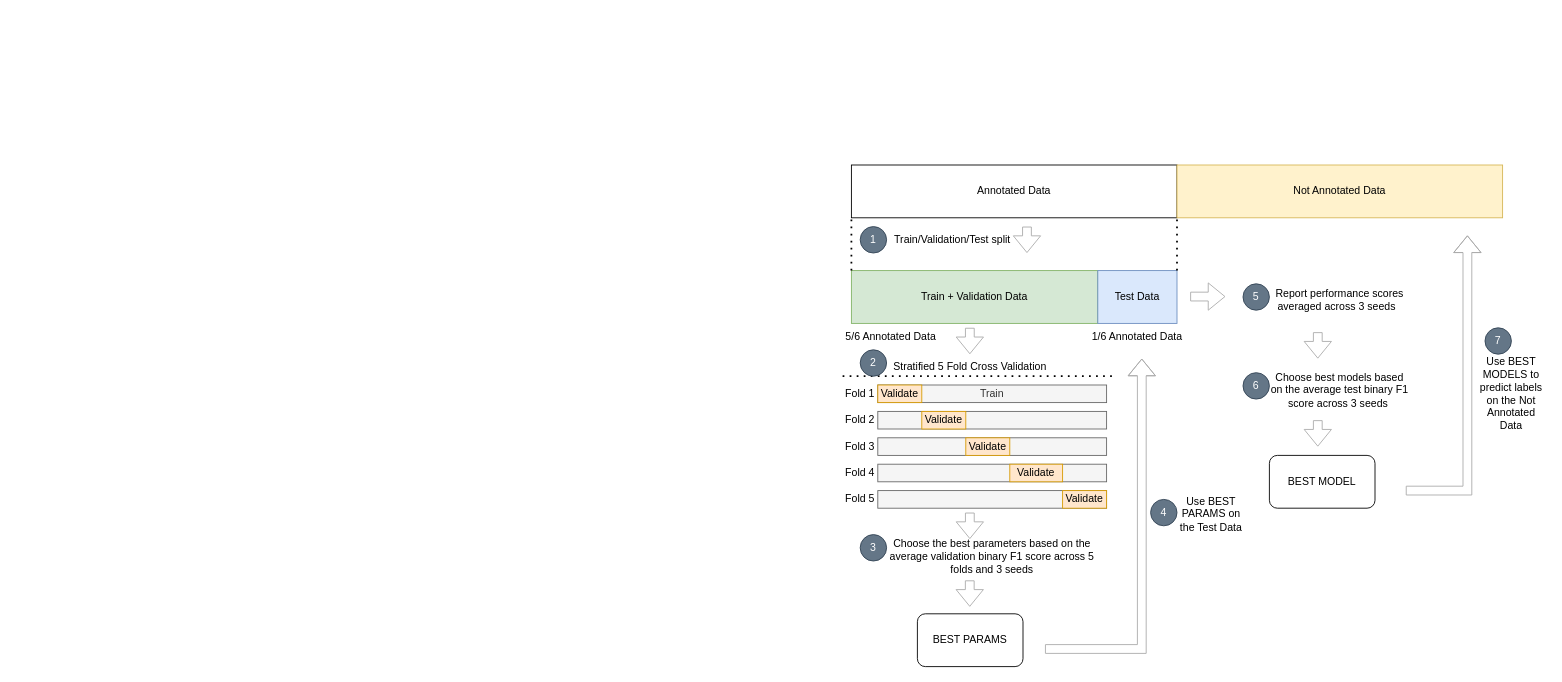
Before: LocalGovKFold.drawio in changgge/changgge, a draw.io diagram. Source tidied: cells renumbered, new cells numbered last; positions are measured from the earlier drawing's top-left corner, leaving out a move shared by most shapes. Both pictures are drawn from the tidied source at 88%, with x=0, y=0 at pixel (825, 165).
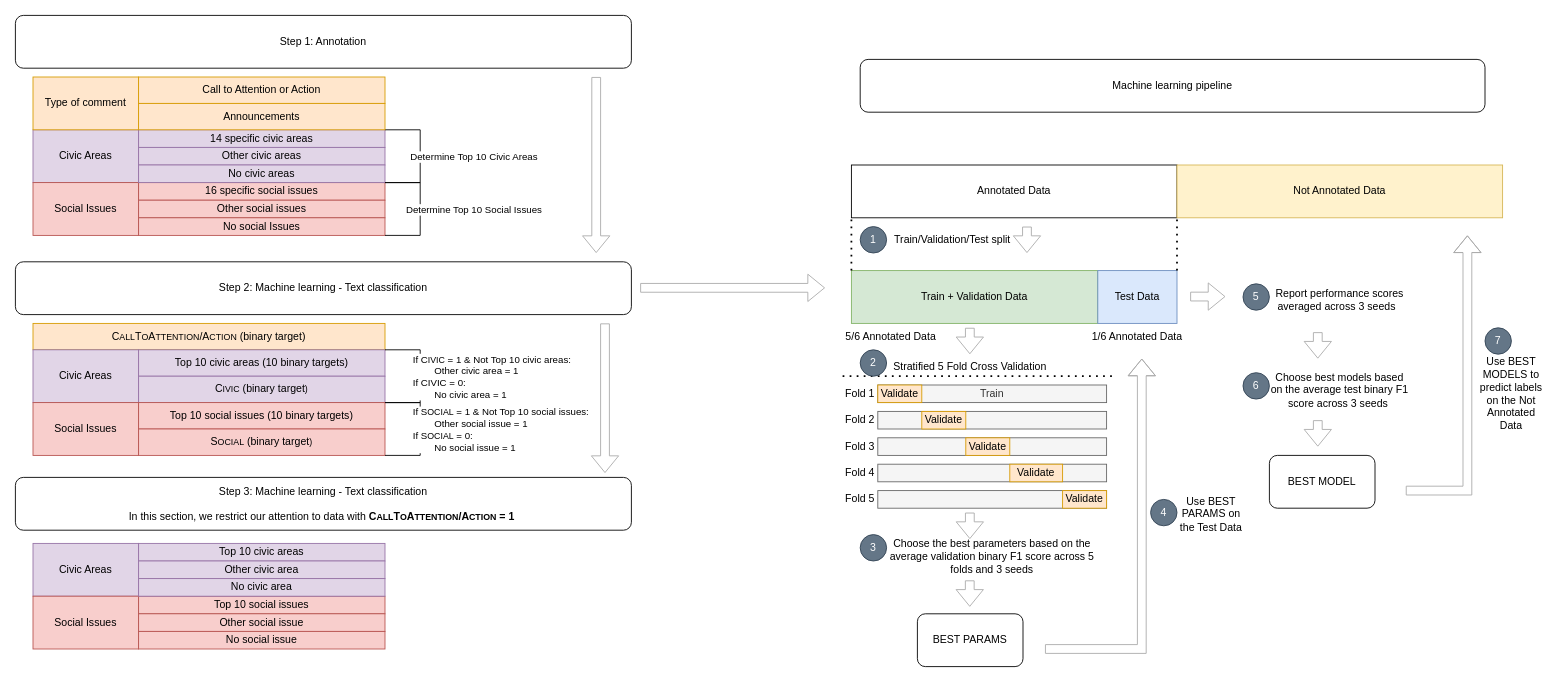
After the change.

Change to the diagram source:
```diff
@@
+    <mxCell id="51" value="Step 1: Annotation" style="rounded=1;whiteSpace=wrap;html=1;" parent="1" vertex="1">
+      <mxGeometry x="-920" y="-170" width="700" height="60" as="geometry" />
+    </mxCell>
+    <mxCell id="52" value="Civic Areas" style="rounded=0;whiteSpace=wrap;html=1;fillColor=#e1d5e7;strokeColor=#9673a6;" parent="1" vertex="1">
+      <mxGeometry x="-900" y="-40" width="120" height="60" as="geometry" />
+    </mxCell>
+    <mxCell id="53" value="Type of comment" style="rounded=0;whiteSpace=wrap;html=1;fillColor=#ffe6cc;strokeColor=#d79b00;" parent="1" vertex="1">
+      <mxGeometry x="-900" y="-100" width="120" height="60" as="geometry" />
+    </mxCell>
+    <mxCell id="54" value="Social Issues" style="rounded=0;whiteSpace=wrap;html=1;fillColor=#f8cecc;strokeColor=#b85450;" parent="1" vertex="1">
+      <mxGeometry x="-900" y="20" width="120" height="60" as="geometry" />
+    </mxCell>
+    <mxCell id="55" value="16 specific social issues" style="rounded=0;whiteSpace=wrap;html=1;fillColor=#f8cecc;strokeColor=#b85450;" parent="1" vertex="1">
+      <mxGeometry x="-780" y="20" width="280" height="20" as="geometry" />
+    </mxCell>
+    <mxCell id="56" value="Other social issues" style="rounded=0;whiteSpace=wrap;html=1;fillColor=#f8cecc;strokeColor=#b85450;" parent="1" vertex="1">
+      <mxGeometry x="-780" y="40" width="280" height="20" as="geometry" />
+    </mxCell>
+    <mxCell id="57" value="No social Issues" style="rounded=0;whiteSpace=wrap;html=1;fillColor=#f8cecc;strokeColor=#b85450;" parent="1" vertex="1">
+      <mxGeometry x="-780" y="60" width="280" height="20" as="geometry" />
+    </mxCell>
+    <mxCell id="58" value="14 specific civic areas" style="rounded=0;whiteSpace=wrap;html=1;fillColor=#e1d5e7;strokeColor=#9673a6;" parent="1" vertex="1">
+      <mxGeometry x="-780" y="-40" width="280" height="20" as="geometry" />
+    </mxCell>
+    <mxCell id="59" value="Other civic areas" style="rounded=0;whiteSpace=wrap;html=1;fillColor=#e1d5e7;strokeColor=#9673a6;" parent="1" vertex="1">
+      <mxGeometry x="-780" y="-20" width="280" height="20" as="geometry" />
+    </mxCell>
+    <mxCell id="60" value="No civic areas" style="rounded=0;whiteSpace=wrap;html=1;fillColor=#e1d5e7;strokeColor=#9673a6;" parent="1" vertex="1">
+      <mxGeometry x="-780" width="280" height="20" as="geometry" />
+    </mxCell>
+    <mxCell id="61" value="Call to Attention or Action" style="rounded=0;whiteSpace=wrap;html=1;fillColor=#ffe6cc;strokeColor=#d79b00;" parent="1" vertex="1">
+      <mxGeometry x="-780" y="-100" width="280" height="30" as="geometry" />
+    </mxCell>
+    <mxCell id="62" style="edgeStyle=orthogonalEdgeStyle;rounded=0;jettySize=auto;html=1;exitX=1;exitY=1;exitDx=0;exitDy=0;entryX=1;entryY=0;entryDx=0;entryDy=0;endArrow=none;endFill=0;" parent="1" edge="1" source="64" target="55">
+      <mxGeometry relative="1" as="geometry">
+        <Array as="points">
+          <mxPoint x="-460" y="-40" />
+          <mxPoint x="-460" y="20" />
+        </Array>
+      </mxGeometry>
+    </mxCell>
+    <mxCell id="63" value="Determine Top 10 Civic Areas" style="edgeLabel;html=1;align=center;verticalAlign=middle;" parent="62" vertex="1">
+      <mxGeometry x="-0.03" relative="1" as="geometry">
+        <mxPoint x="60" y="2" as="offset" />
+      </mxGeometry>
+    </mxCell>
+    <mxCell id="64" value="Announcements" style="rounded=0;whiteSpace=wrap;html=1;fillColor=#ffe6cc;strokeColor=#d79b00;" parent="1" vertex="1">
+      <mxGeometry x="-780" y="-70" width="280" height="30" as="geometry" />
+    </mxCell>
+    <mxCell id="65" style="edgeStyle=orthogonalEdgeStyle;rounded=0;orthogonalLoop=1;jettySize=auto;html=1;exitX=1;exitY=1;exitDx=0;exitDy=0;entryX=1;entryY=0;entryDx=0;entryDy=0;endArrow=none;endFill=0;" parent="1" edge="1">
+      <mxGeometry relative="1" as="geometry">
+        <mxPoint x="-500" y="20" as="sourcePoint" />
+        <mxPoint x="-500" y="80" as="targetPoint" />
+        <Array as="points">
+          <mxPoint x="-460" y="20" />
+          <mxPoint x="-460" y="80" />
+        </Array>
+      </mxGeometry>
+    </mxCell>
+    <mxCell id="66" value="Determine Top 10 Social Issues" style="edgeLabel;html=1;align=center;verticalAlign=middle;" parent="65" vertex="1">
+      <mxGeometry x="-0.03" relative="1" as="geometry">
+        <mxPoint x="60" y="2" as="offset" />
+      </mxGeometry>
+    </mxCell>
+    <mxCell id="67" value="Step 2: Machine learning - Text classification" style="rounded=1;whiteSpace=wrap;html=1;" parent="1" vertex="1">
+      <mxGeometry x="-920" y="110" width="700" height="60" as="geometry" />
+    </mxCell>
+    <mxCell id="68" value="C&lt;font style=&quot;font-size: 10px;&quot;&gt;ALL&lt;/font&gt;T&lt;font style=&quot;font-size: 10px;&quot;&gt;O&lt;/font&gt;A&lt;font style=&quot;font-size: 10px;&quot;&gt;TTENTION&lt;/font&gt;/A&lt;font style=&quot;font-size: 10px;&quot;&gt;CTION&lt;/font&gt;&lt;font&gt; (binary target)&lt;/font&gt;" style="rounded=0;whiteSpace=wrap;html=1;fillColor=#ffe6cc;strokeColor=#d79b00;" parent="1" vertex="1">
+      <mxGeometry x="-900" y="180" width="400" height="30" as="geometry" />
+    </mxCell>
+    <mxCell id="69" value="Civic Areas" style="rounded=0;whiteSpace=wrap;html=1;fillColor=#e1d5e7;strokeColor=#9673a6;" parent="1" vertex="1">
+      <mxGeometry x="-900" y="210" width="120" height="60" as="geometry" />
+    </mxCell>
+    <mxCell id="70" value="Top 10 civic areas (10 binary targets)" style="rounded=0;whiteSpace=wrap;html=1;fillColor=#e1d5e7;strokeColor=#9673a6;" parent="1" vertex="1">
+      <mxGeometry x="-780" y="210" width="280" height="30" as="geometry" />
+    </mxCell>
+    <mxCell id="71" value="C&lt;font style=&quot;font-size: 10px;&quot;&gt;IVIC&lt;/font&gt;&lt;font&gt; (binary target&lt;/font&gt;&lt;font style=&quot;font-size: 10px;&quot;&gt;)&lt;/font&gt;" style="rounded=0;whiteSpace=wrap;html=1;fillColor=#e1d5e7;strokeColor=#9673a6;" parent="1" vertex="1">
+      <mxGeometry x="-780" y="240" width="280" height="30" as="geometry" />
+    </mxCell>
+    <mxCell id="72" style="shape=flexArrow;endArrow=classic;html=1;rounded=0;strokeColor=light-dark(#aaaaaa, #ededed);" parent="1" edge="1">
+      <mxGeometry relative="1" as="geometry">
+        <mxPoint x="-260" y="-100" as="sourcePoint" />
+        <mxPoint x="-260" y="100" as="targetPoint" />
+      </mxGeometry>
+    </mxCell>
+    <mxCell id="73" style="edgeStyle=orthogonalEdgeStyle;rounded=0;orthogonalLoop=1;jettySize=auto;html=1;exitX=1;exitY=1;exitDx=0;exitDy=0;entryX=1;entryY=0;entryDx=0;entryDy=0;endArrow=none;endFill=0;" parent="1" edge="1">
+      <mxGeometry relative="1" as="geometry">
+        <mxPoint x="-500" y="210" as="sourcePoint" />
+        <mxPoint x="-500" y="270" as="targetPoint" />
+        <Array as="points">
+          <mxPoint x="-460" y="210" />
+          <mxPoint x="-460" y="270" />
+        </Array>
+      </mxGeometry>
+    </mxCell>
+    <mxCell id="74" value="If C&lt;font style=&quot;font-size: 10px;&quot;&gt;IVIC&lt;/font&gt; = 1 &amp;amp; Not Top 10 civic areas:&amp;nbsp;&lt;div&gt;&lt;span style=&quot;white-space: pre;&quot;&gt;&#9;&lt;/span&gt;Other civic area = 1&lt;div&gt;If CIVIC = 0:&amp;nbsp;&lt;/div&gt;&lt;div&gt;&lt;span style=&quot;white-space: pre;&quot;&gt;&#9;&lt;/span&gt;No civic area = 1&lt;/div&gt;&lt;/div&gt;" style="edgeLabel;html=1;align=left;verticalAlign=middle;" parent="73" vertex="1">
+      <mxGeometry x="-0.03" relative="1" as="geometry">
+        <mxPoint x="-10" y="2" as="offset" />
+      </mxGeometry>
+    </mxCell>
+    <mxCell id="75" value="Social Issues" style="rounded=0;whiteSpace=wrap;html=1;fillColor=#f8cecc;strokeColor=#b85450;" parent="1" vertex="1">
+      <mxGeometry x="-900" y="270" width="120" height="60" as="geometry" />
+    </mxCell>
+    <mxCell id="76" value="Top 10 social issues (10 binary targets)" style="rounded=0;whiteSpace=wrap;html=1;fillColor=#f8cecc;strokeColor=#b85450;" parent="1" vertex="1">
+      <mxGeometry x="-780" y="270" width="280" height="30" as="geometry" />
+    </mxCell>
+    <mxCell id="77" value="&lt;font&gt;S&lt;font size=&quot;1&quot;&gt;OCIAL&lt;/font&gt;&lt;/font&gt;&lt;font&gt;&amp;nbsp;(binary target&lt;/font&gt;&lt;font style=&quot;font-size: 10px;&quot;&gt;)&lt;/font&gt;" style="rounded=0;whiteSpace=wrap;html=1;fillColor=#f8cecc;strokeColor=#b85450;" parent="1" vertex="1">
+      <mxGeometry x="-780" y="300" width="280" height="30" as="geometry" />
+    </mxCell>
+    <mxCell id="78" style="edgeStyle=orthogonalEdgeStyle;rounded=0;orthogonalLoop=1;jettySize=auto;html=1;exitX=1;exitY=1;exitDx=0;exitDy=0;entryX=1;entryY=0;entryDx=0;entryDy=0;endArrow=none;endFill=0;fillColor=#f8cecc;strokeColor=light-dark(#000000, #d7817e);" parent="1" edge="1">
+      <mxGeometry relative="1" as="geometry">
+        <mxPoint x="-500" y="270" as="sourcePoint" />
+        <mxPoint x="-500" y="330" as="targetPoint" />
+        <Array as="points">
+          <mxPoint x="-460" y="270" />
+          <mxPoint x="-460" y="330" />
+        </Array>
+      </mxGeometry>
+    </mxCell>
+    <mxCell id="79" value="If S&lt;font style=&quot;font-size: 10px;&quot;&gt;OCIAL&lt;/font&gt;&amp;nbsp;= 1 &amp;amp; Not Top 10 social issues:&amp;nbsp;&lt;div&gt;&lt;span style=&quot;white-space: pre;&quot;&gt;&#9;&lt;/span&gt;Other social issue = 1&lt;div&gt;If S&lt;font style=&quot;font-size: 10px;&quot;&gt;OCIAL&lt;/font&gt; = 0:&amp;nbsp;&lt;/div&gt;&lt;div&gt;&lt;span style=&quot;white-space: pre;&quot;&gt;&#9;&lt;/span&gt;No social issue = 1&lt;/div&gt;&lt;/div&gt;" style="edgeLabel;html=1;align=left;verticalAlign=middle;" parent="78" vertex="1">
+      <mxGeometry x="-0.03" relative="1" as="geometry">
+        <mxPoint x="-10" y="2" as="offset" />
+      </mxGeometry>
+    </mxCell>
+    <mxCell id="80" value="Step 3: Machine learning - Text classification&lt;div&gt;&lt;br&gt;&lt;/div&gt;&lt;div&gt;In this section, we restrict our attention to data with &lt;span style=&quot;background-color: light-dark(#ffffff, var(--ge-dark-color, #121212));&quot;&gt;&lt;b&gt;C&lt;font style=&quot;font-size: 10px;&quot;&gt;ALL&lt;/font&gt;T&lt;font style=&quot;font-size: 10px;&quot;&gt;O&lt;/font&gt;A&lt;font style=&quot;font-size: 10px;&quot;&gt;TTENTION&lt;/font&gt;/A&lt;font style=&quot;font-size: 10px;&quot;&gt;CTION&lt;/font&gt;&amp;nbsp;= 1&amp;nbsp;&lt;/b&gt;&lt;/span&gt;&lt;/div&gt;" style="rounded=1;whiteSpace=wrap;html=1;" parent="1" vertex="1">
+      <mxGeometry x="-920" y="355" width="700" height="60" as="geometry" />
+    </mxCell>
+    <mxCell id="81" style="shape=flexArrow;endArrow=classic;html=1;rounded=0;strokeColor=light-dark(#aaaaaa, #ededed);" parent="1" edge="1">
+      <mxGeometry relative="1" as="geometry">
+        <mxPoint x="-250" y="180" as="sourcePoint" />
+        <mxPoint x="-250" y="350" as="targetPoint" />
+      </mxGeometry>
+    </mxCell>
+    <mxCell id="82" style="shape=flexArrow;endArrow=classic;html=1;rounded=0;strokeColor=light-dark(#aaaaaa, #ededed);" parent="1" edge="1">
+      <mxGeometry relative="1" as="geometry">
+        <mxPoint x="-210" y="139.6" as="sourcePoint" />
+        <mxPoint y="139.6" as="targetPoint" />
+      </mxGeometry>
+    </mxCell>
+    <mxCell id="83" value="Machine learning pipeline" style="rounded=1;whiteSpace=wrap;html=1;" parent="1" vertex="1">
+      <mxGeometry x="40" y="-120" width="710" height="60" as="geometry" />
+    </mxCell>
+    <mxCell id="84" value="Civic Areas" style="rounded=0;whiteSpace=wrap;html=1;fillColor=#e1d5e7;strokeColor=#9673a6;" parent="1" vertex="1">
+      <mxGeometry x="-900" y="430" width="120" height="60" as="geometry" />
+    </mxCell>
+    <mxCell id="85" value="Top 10 civic areas" style="rounded=0;whiteSpace=wrap;html=1;fillColor=#e1d5e7;strokeColor=#9673a6;" parent="1" vertex="1">
+      <mxGeometry x="-780" y="430" width="280" height="20" as="geometry" />
+    </mxCell>
+    <mxCell id="86" value="Social Issues" style="rounded=0;whiteSpace=wrap;html=1;fillColor=#f8cecc;strokeColor=#b85450;" parent="1" vertex="1">
+      <mxGeometry x="-900" y="490" width="120" height="60" as="geometry" />
+    </mxCell>
+    <mxCell id="87" value="Top 10 social issues" style="rounded=0;whiteSpace=wrap;html=1;fillColor=#f8cecc;strokeColor=#b85450;" parent="1" vertex="1">
+      <mxGeometry x="-780" y="490" width="280" height="20" as="geometry" />
+    </mxCell>
+    <mxCell id="88" value="Other civic area" style="rounded=0;whiteSpace=wrap;html=1;fillColor=#e1d5e7;strokeColor=#9673a6;" parent="1" vertex="1">
+      <mxGeometry x="-780" y="450" width="280" height="20" as="geometry" />
+    </mxCell>
+    <mxCell id="89" value="No civic area" style="rounded=0;whiteSpace=wrap;html=1;fillColor=#e1d5e7;strokeColor=#9673a6;" parent="1" vertex="1">
+      <mxGeometry x="-780" y="470" width="280" height="20" as="geometry" />
+    </mxCell>
+    <mxCell id="90" value="Other social issue" style="rounded=0;whiteSpace=wrap;html=1;fillColor=#f8cecc;strokeColor=#b85450;" parent="1" vertex="1">
+      <mxGeometry x="-780" y="510" width="280" height="20" as="geometry" />
+    </mxCell>
+    <mxCell id="91" value="No social issue" style="rounded=0;whiteSpace=wrap;html=1;fillColor=#f8cecc;strokeColor=#b85450;" parent="1" vertex="1">
+      <mxGeometry x="-780" y="530" width="280" height="20" as="geometry" />
+    </mxCell>
```
